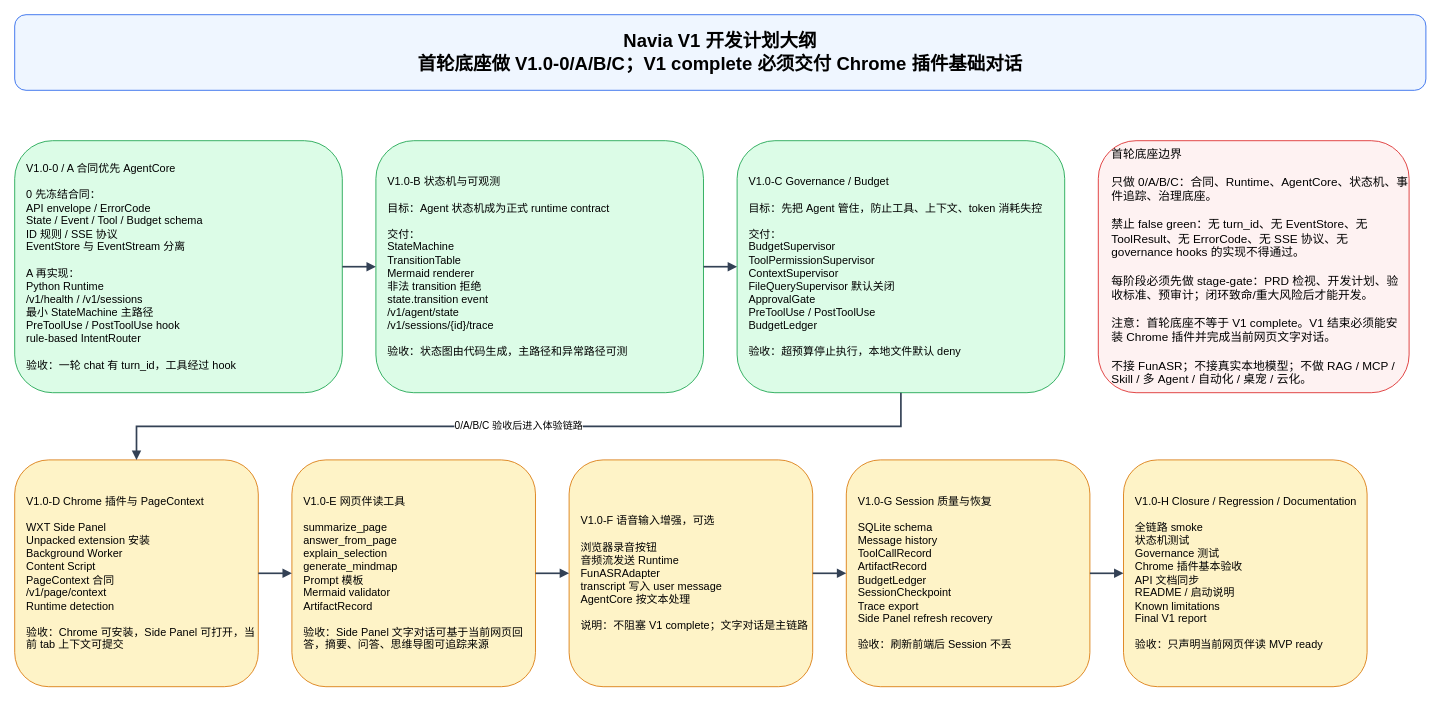
The draw.io diagram page "02 V1开发计划大纲" (2 of 4) of docs/navia_v1_project_docs/09-project-onboarding-map.drawio in zhouhouze/mercury, before the edit. Source tidied: cells renumbered, new cells numbered last; positions are measured from the earlier drawing's top-left corner, leaving out a move shared by most shapes. Both pictures are drawn from the tidied source at 84%, with x=0, y=0 at pixel (14, 14).
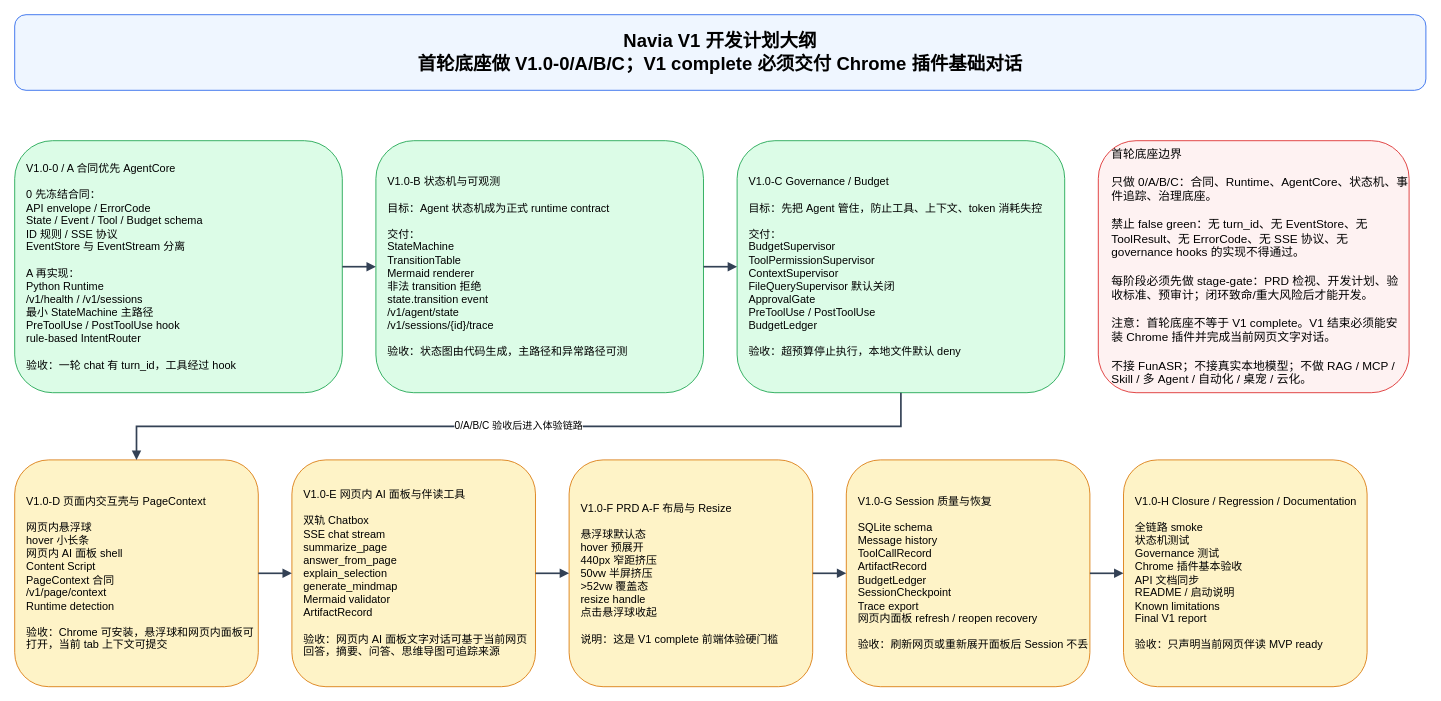
After the change.

What changed in the source:
```diff
@@
-    <mxCell id="7" value="V1.0-D Chrome 插件与 PageContext&lt;br&gt;&lt;br&gt;WXT Side Panel&lt;br&gt;Unpacked extension 安装&lt;br&gt;Background Worker&lt;br&gt;Content Script&lt;br&gt;PageContext 合同&lt;br&gt;/v1/page/context&lt;br&gt;Runtime detection&lt;br&gt;&lt;br&gt;验收：Chrome 可安装，Side Panel 可打开，当前 tab 上下文可提交" style="rounded=1;whiteSpace=wrap;html=1;fillColor=#FEF3C7;strokeColor=#D97706;fontSize=13;align=left;spacingLeft=12;" parent="1" vertex="1">
+    <mxCell id="7" value="V1.0-D 页面内交互壳与 PageContext&lt;br&gt;&lt;br&gt;网页内悬浮球&lt;br&gt;hover 小长条&lt;br&gt;网页内 AI 面板 shell&lt;br&gt;Content Script&lt;br&gt;PageContext 合同&lt;br&gt;/v1/page/context&lt;br&gt;Runtime detection&lt;br&gt;&lt;br&gt;验收：Chrome 可安装，悬浮球和网页内面板可打开，当前 tab 上下文可提交" style="rounded=1;whiteSpace=wrap;html=1;fillColor=#FEF3C7;strokeColor=#D97706;fontSize=13;align=left;spacingLeft=12;" parent="1" vertex="1">
       <mxGeometry y="530" width="290" height="270" as="geometry" />
     </mxCell>
-    <mxCell id="8" value="V1.0-E 网页伴读工具&lt;br&gt;&lt;br&gt;summarize_page&lt;br&gt;answer_from_page&lt;br&gt;explain_selection&lt;br&gt;generate_mindmap&lt;br&gt;Prompt 模板&lt;br&gt;Mermaid validator&lt;br&gt;ArtifactRecord&lt;br&gt;&lt;br&gt;验收：Side Panel 文字对话可基于当前网页回答，摘要、问答、思维导图可追踪来源" style="rounded=1;whiteSpace=wrap;html=1;fillColor=#FEF3C7;strokeColor=#D97706;fontSize=13;align=left;spacingLeft=12;" parent="1" vertex="1">
+    <mxCell id="8" value="V1.0-E 网页内 AI 面板与伴读工具&lt;br&gt;&lt;br&gt;双轨 Chatbox&lt;br&gt;SSE chat stream&lt;br&gt;summarize_page&lt;br&gt;answer_from_page&lt;br&gt;explain_selection&lt;br&gt;generate_mindmap&lt;br&gt;Mermaid validator&lt;br&gt;ArtifactRecord&lt;br&gt;&lt;br&gt;验收：网页内 AI 面板文字对话可基于当前网页回答，摘要、问答、思维导图可追踪来源" style="rounded=1;whiteSpace=wrap;html=1;fillColor=#FEF3C7;strokeColor=#D97706;fontSize=13;align=left;spacingLeft=12;" parent="1" vertex="1">
       <mxGeometry x="330" y="530" width="290" height="270" as="geometry" />
     </mxCell>
-    <mxCell id="9" value="V1.0-F 语音输入增强，可选&lt;br&gt;&lt;br&gt;浏览器录音按钮&lt;br&gt;音频流发送 Runtime&lt;br&gt;FunASRAdapter&lt;br&gt;transcript 写入 user message&lt;br&gt;AgentCore 按文本处理&lt;br&gt;&lt;br&gt;说明：不阻塞 V1 complete；文字对话是主链路" style="rounded=1;whiteSpace=wrap;html=1;fillColor=#FEF3C7;strokeColor=#D97706;fontSize=13;align=left;spacingLeft=12;" parent="1" vertex="1">
+    <mxCell id="9" value="V1.0-F PRD A-F 布局与 Resize&lt;br&gt;&lt;br&gt;悬浮球默认态&lt;br&gt;hover 预展开&lt;br&gt;440px 窄距挤压&lt;br&gt;50vw 半屏挤压&lt;br&gt;&gt;52vw 覆盖态&lt;br&gt;resize handle&lt;br&gt;点击悬浮球收起&lt;br&gt;&lt;br&gt;说明：这是 V1 complete 前端体验硬门槛" style="rounded=1;whiteSpace=wrap;html=1;fillColor=#FEF3C7;strokeColor=#D97706;fontSize=13;align=left;spacingLeft=12;" parent="1" vertex="1">
       <mxGeometry x="660" y="530" width="290" height="270" as="geometry" />
     </mxCell>
-    <mxCell id="10" value="V1.0-G Session 质量与恢复&lt;br&gt;&lt;br&gt;SQLite schema&lt;br&gt;Message history&lt;br&gt;ToolCallRecord&lt;br&gt;ArtifactRecord&lt;br&gt;BudgetLedger&lt;br&gt;SessionCheckpoint&lt;br&gt;Trace export&lt;br&gt;Side Panel refresh recovery&lt;br&gt;&lt;br&gt;验收：刷新前端后 Session 不丢" style="rounded=1;whiteSpace=wrap;html=1;fillColor=#FEF3C7;strokeColor=#D97706;fontSize=13;align=left;spacingLeft=12;" parent="1" vertex="1">
+    <mxCell id="10" value="V1.0-G Session 质量与恢复&lt;br&gt;&lt;br&gt;SQLite schema&lt;br&gt;Message history&lt;br&gt;ToolCallRecord&lt;br&gt;ArtifactRecord&lt;br&gt;BudgetLedger&lt;br&gt;SessionCheckpoint&lt;br&gt;Trace export&lt;br&gt;网页内面板 refresh / reopen recovery&lt;br&gt;&lt;br&gt;验收：刷新网页或重新展开面板后 Session 不丢" style="rounded=1;whiteSpace=wrap;html=1;fillColor=#FEF3C7;strokeColor=#D97706;fontSize=13;align=left;spacingLeft=12;" parent="1" vertex="1">
       <mxGeometry x="990" y="530" width="290" height="270" as="geometry" />
     </mxCell>
```
